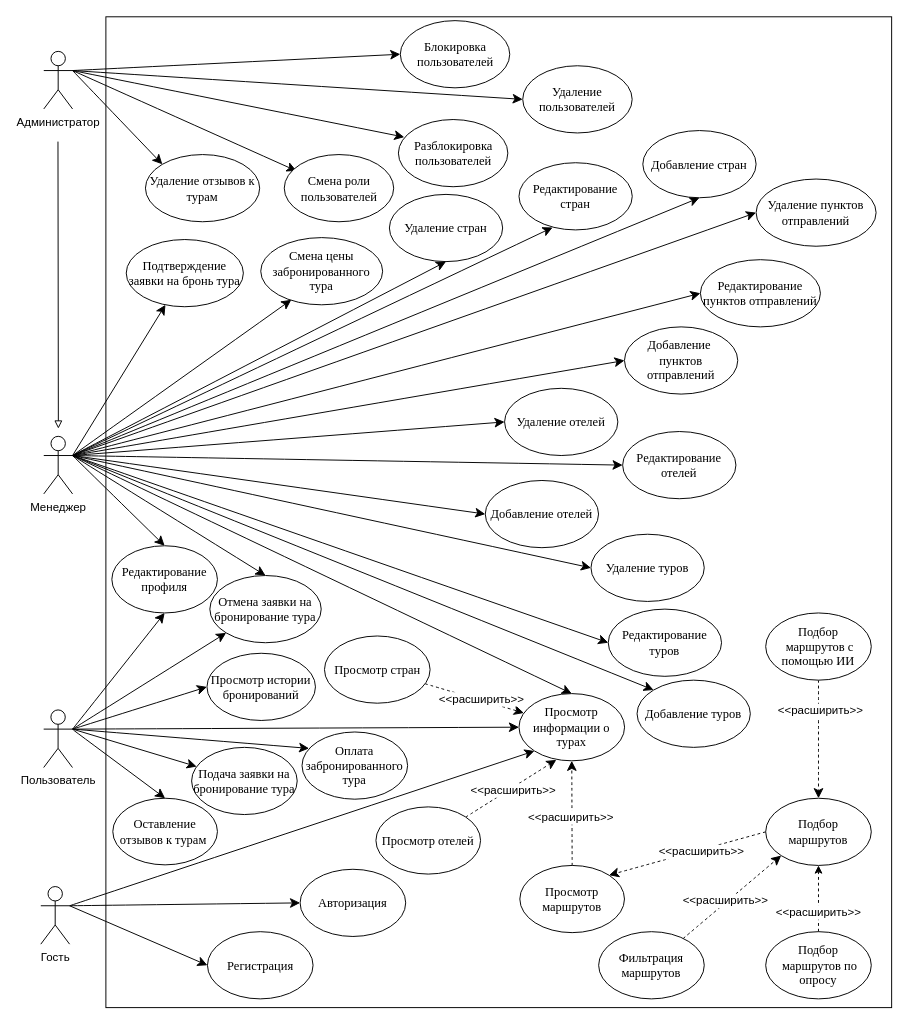
The draw.io diagram Документы на диплом/Графическая часть/drawio/use-case-final.drawio in IlyhaDmi28/WorldTours, before the edit. Source tidied: cells renumbered, new cells numbered last; positions are measured from the earlier drawing's top-left corner, leaving out a move shared by most shapes. Both pictures are drawn from the tidied source at 96%, with x=0, y=0 at pixel (3, 20).
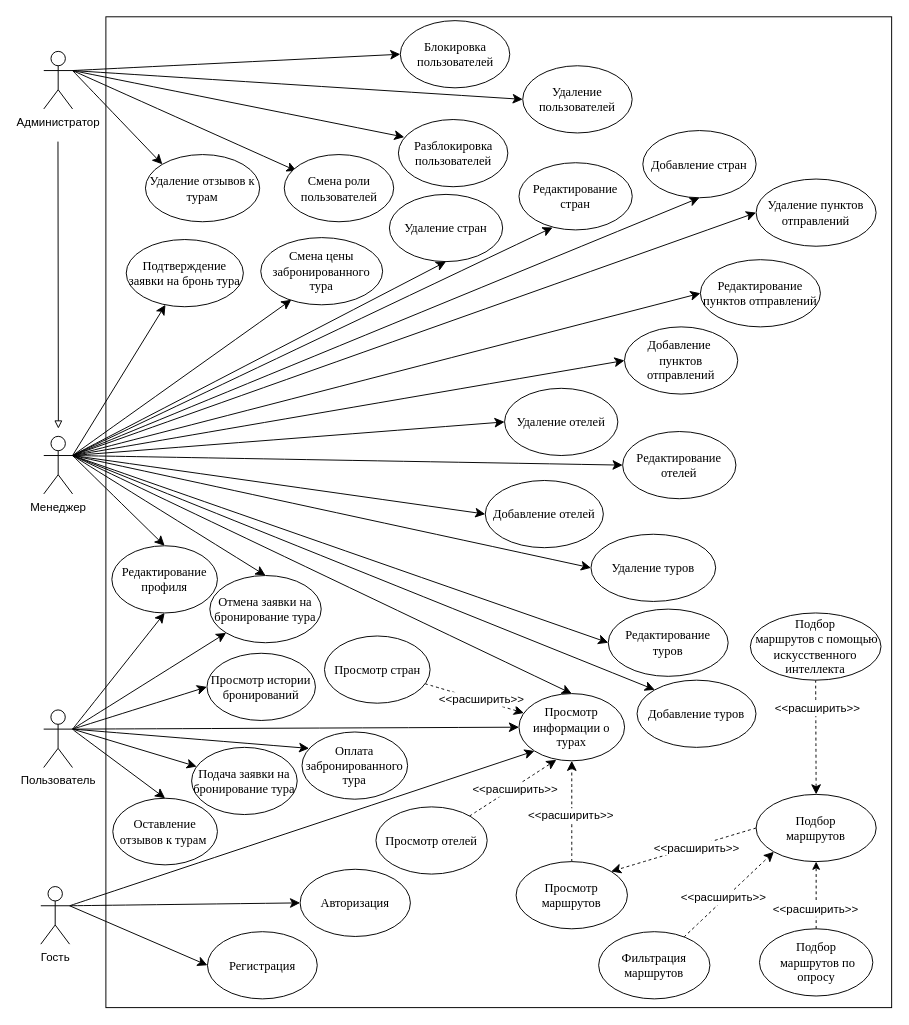
The same page after the edit.

What changed in the source:
```diff
@@
     <mxCell id="15" value="&lt;span style=&quot;font-size: 13px;&quot;&gt;Подбор&lt;br&gt;&amp;nbsp;маршрутов по опросу&lt;/span&gt;" style="ellipse;whiteSpace=wrap;html=1;fontFamily=Times New Roman;" parent="1" vertex="1">
-      <mxGeometry x="794.1" y="949" width="110" height="70" as="geometry" />
+      <mxGeometry x="787.6" y="946" width="118.1" height="70" as="geometry" />
     </mxCell>
@@
     <mxCell id="20" value="&lt;span style=&quot;font-size: 13px;&quot;&gt;Подбор&lt;/span&gt;&lt;div&gt;&lt;span style=&quot;font-size: 13px;&quot;&gt;маршрутов&lt;/span&gt;&lt;/div&gt;" style="ellipse;whiteSpace=wrap;html=1;fontFamily=Times New Roman;" parent="1" vertex="1">
-      <mxGeometry x="794.1" y="810" width="110" height="70" as="geometry" />
+      <mxGeometry x="784.1" y="806" width="125.1" height="70" as="geometry" />
     </mxCell>
@@
     <mxCell id="45" value="&lt;span style=&quot;font-size: 13px;&quot;&gt;Авторизация&lt;/span&gt;" style="ellipse;whiteSpace=wrap;html=1;fontFamily=Times New Roman;" parent="1" vertex="1">
-      <mxGeometry x="309.1" y="884" width="110" height="70" as="geometry" />
+      <mxGeometry x="309.1" y="884" width="114.9" height="70" as="geometry" />
     </mxCell>
@@
     <mxCell id="47" value="&lt;span style=&quot;font-size: 13px;&quot;&gt;Регистрация&lt;/span&gt;" style="ellipse;whiteSpace=wrap;html=1;fontFamily=Times New Roman;" parent="1" vertex="1">
-      <mxGeometry x="212.6" y="949" width="110" height="70" as="geometry" />
+      <mxGeometry x="212.6" y="949" width="114.4" height="70" as="geometry" />
     </mxCell>
@@
     <mxCell id="55" value="Удаление туров" style="ellipse;whiteSpace=wrap;html=1;fontFamily=Times New Roman;fontSize=13;" parent="1" vertex="1">
-      <mxGeometry x="612.1" y="535" width="118" height="70" as="geometry" />
+      <mxGeometry x="612.1" y="535" width="129.9" height="70" as="geometry" />
     </mxCell>
@@
     <mxCell id="59" value="Добавление отелей" style="ellipse;whiteSpace=wrap;html=1;fontFamily=Times New Roman;fontSize=13;" parent="1" vertex="1">
-      <mxGeometry x="502" y="479" width="118" height="70" as="geometry" />
+      <mxGeometry x="502" y="479" width="123" height="70" as="geometry" />
     </mxCell>
-    <mxCell id="60" value="Редактирование туров" style="ellipse;whiteSpace=wrap;html=1;fontFamily=Times New Roman;fontSize=13;" parent="1" vertex="1">
-      <mxGeometry x="630.1" y="613" width="118" height="70" as="geometry" />
+    <mxCell id="60" value="Редактирование &lt;br&gt;туров" style="ellipse;whiteSpace=wrap;html=1;fontFamily=Times New Roman;fontSize=13;" parent="1" vertex="1">
+      <mxGeometry x="630.1" y="613" width="124.9" height="70" as="geometry" />
     </mxCell>
@@
     <mxCell id="64" value="Добавление туров" style="ellipse;whiteSpace=wrap;html=1;fontFamily=Times New Roman;fontSize=13;" parent="1" vertex="1">
-      <mxGeometry x="660.1" y="687" width="118" height="70" as="geometry" />
+      <mxGeometry x="660.1" y="687" width="123.9" height="70" as="geometry" />
     </mxCell>
@@
     <mxCell id="72" value="&lt;font style=&quot;font-size: 13px;&quot;&gt;Просмотр отелей&lt;/font&gt;" style="ellipse;whiteSpace=wrap;html=1;fontFamily=Times New Roman;" parent="1" vertex="1">
-      <mxGeometry x="388.1" y="819" width="109" height="70" as="geometry" />
+      <mxGeometry x="388.1" y="819" width="115.9" height="70" as="geometry" />
     </mxCell>
@@
     <mxCell id="75" value="&lt;font style=&quot;font-size: 13px;&quot;&gt;Фильтрация&lt;/font&gt;&lt;div&gt;&lt;font style=&quot;font-size: 13px;&quot;&gt;маршрутов&lt;/font&gt;&lt;/div&gt;" style="ellipse;whiteSpace=wrap;html=1;fontFamily=Times New Roman;" parent="1" vertex="1">
-      <mxGeometry x="620.1" y="949" width="110" height="70" as="geometry" />
+      <mxGeometry x="620.1" y="949" width="115.9" height="70" as="geometry" />
     </mxCell>
@@
-    <mxCell id="78" value="&lt;font style=&quot;font-size: 13px;&quot;&gt;Подбор&lt;br&gt;&amp;nbsp;маршрутов с помощью ИИ&lt;/font&gt;" style="ellipse;whiteSpace=wrap;html=1;fontFamily=Times New Roman;" parent="1" vertex="1">
-      <mxGeometry x="794.1" y="617" width="110" height="70" as="geometry" />
+    <mxCell id="78" value="&lt;font style=&quot;font-size: 13px;&quot;&gt;Подбор&lt;br&gt;&amp;nbsp;маршрутов с помощью искусственного интеллекта&lt;/font&gt;" style="ellipse;whiteSpace=wrap;html=1;fontFamily=Times New Roman;" parent="1" vertex="1">
+      <mxGeometry x="778.1" y="617" width="136.1" height="70" as="geometry" />
     </mxCell>
@@
     <mxCell id="89" value="&lt;font style=&quot;font-size: 13px;&quot;&gt;Просмотр маршрутов&lt;/font&gt;" style="ellipse;whiteSpace=wrap;html=1;fontFamily=Times New Roman;" parent="1" vertex="1">
-      <mxGeometry x="538" y="880" width="109" height="70" as="geometry" />
+      <mxGeometry x="534.1" y="876" width="116" height="70" as="geometry" />
     </mxCell>
```
